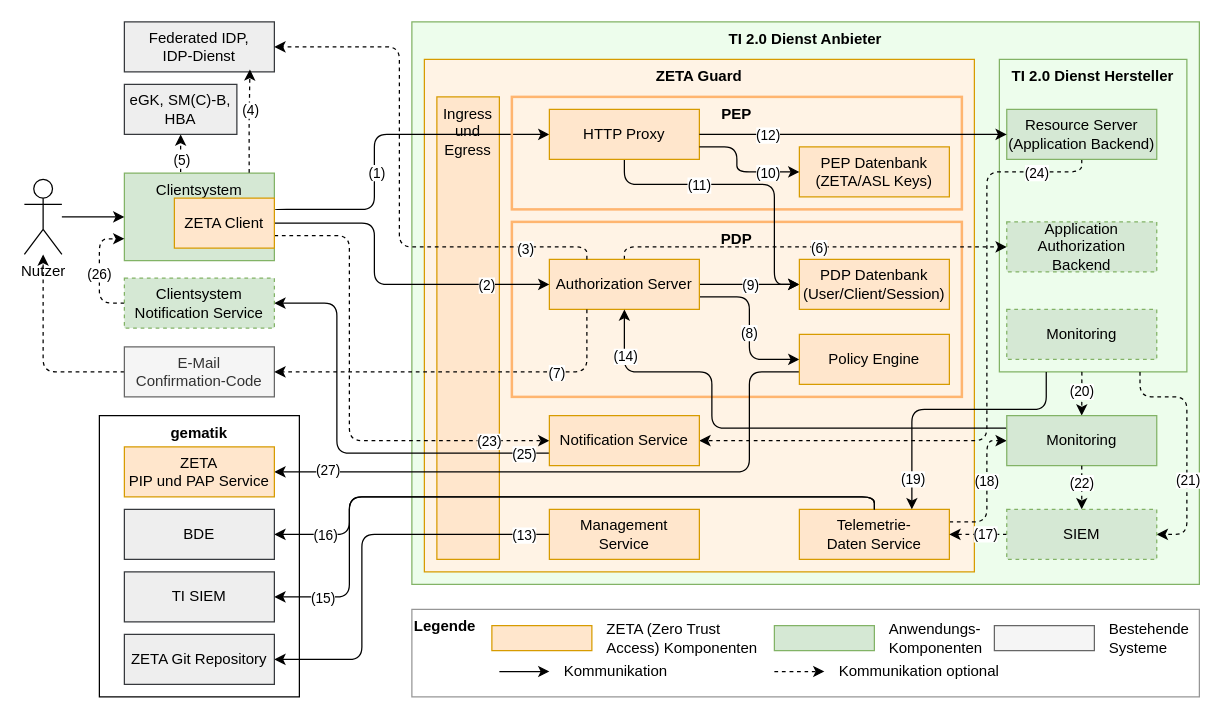
Above: src/drawio/Zero-Trust-Architektur.drawio in gematik/zeta (draw.io), before the change. Source tidied: cells renumbered, new cells numbered last; positions are measured from the earlier drawing's top-left corner, leaving out a move shared by most shapes. Both pictures are drawn from the tidied source at 125%, with x=0, y=0 at pixel (24, 21).
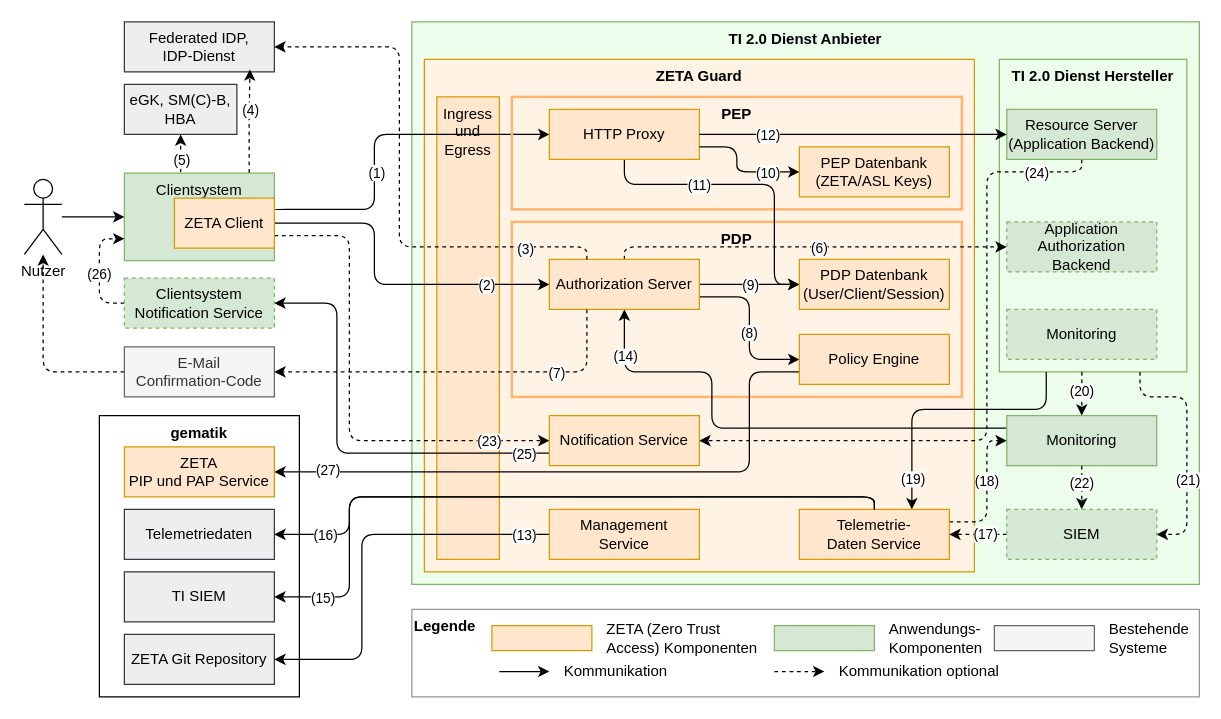
After the change.

Commit message (it also covers changes not shown here):
Refactor code structure for improved readability and maintainability

Change to the diagram source:
```diff
@@
-    <mxCell id="57" value="&lt;div&gt;BDE&lt;/div&gt;" style="rounded=0;whiteSpace=wrap;html=1;fillColor=#eeeeee;strokeColor=#36393d;" parent="1" vertex="1">
+    <mxCell id="57" value="&lt;span&gt;Telemetriedaten&lt;/span&gt;" style="rounded=0;whiteSpace=wrap;html=1;fillColor=#eeeeee;strokeColor=#36393d;" parent="1" vertex="1">
       <mxGeometry x="80" y="390" width="120" height="40" as="geometry" />
     </mxCell>
```
